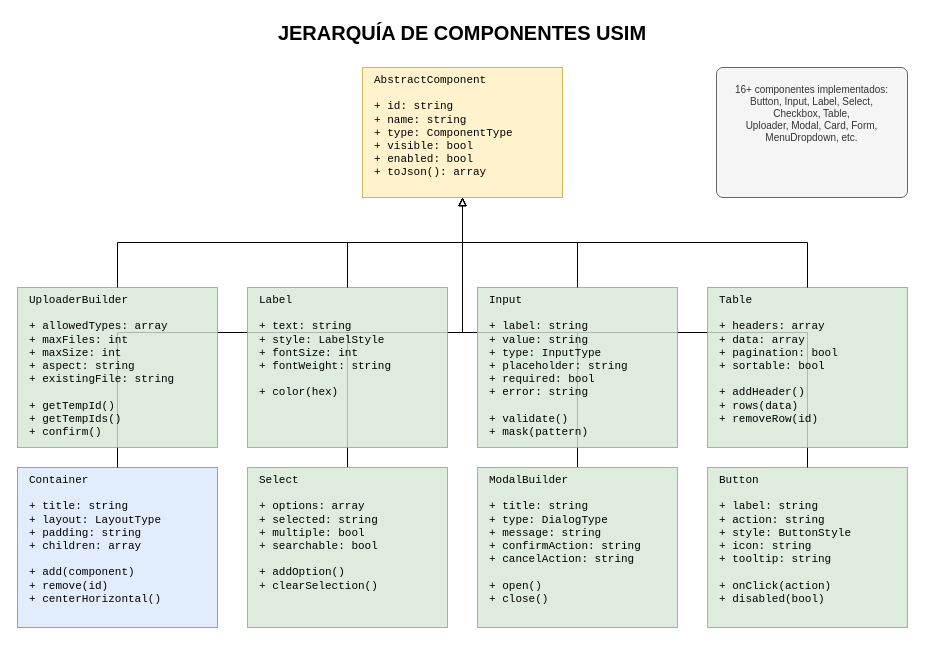
Before: page "3. Clases de Componentes" (3 of 4) of docs/framework/USIM_DIAGRAMS.drawio in idei/usim-framework, a draw.io diagram. Source tidied: cells renumbered, new cells numbered last; positions are measured from the earlier drawing's top-left corner, leaving out a move shared by most shapes. Both pictures are drawn from the tidied source at 100%, with x=0, y=0 at pixel (17, 17).
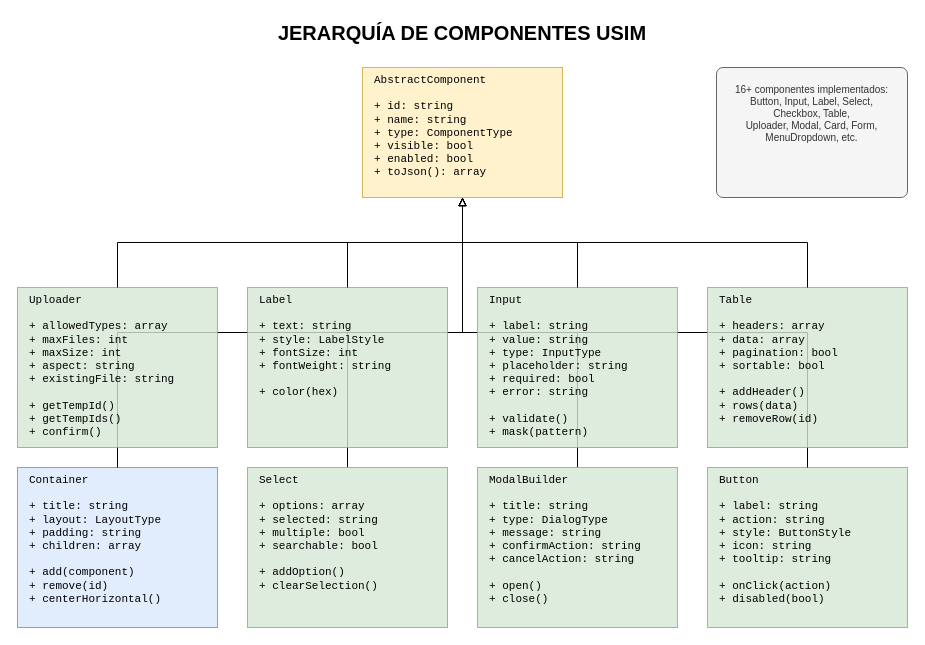
After the change.

The edit, as a diff of the source:
```diff
@@
-    <mxCell id="14" value="UploaderBuilder&#10;&#10;+ allowedTypes: array&#10;+ maxFiles: int&#10;+ maxSize: int&#10;+ aspect: string&#10;+ existingFile: string&#10;&#10;+ getTempId()&#10;+ getTempIds()&#10;+ confirm()" style="rounded=0;whiteSpace=wrap;html=1;fillColor=#d5e8d4;strokeColor=#82b366;align=left;verticalAlign=top;spacingLeft=10;fontFamily=Courier New;fontSize=11;opacity=80;" parent="1" vertex="1">
+    <mxCell id="14" value="Uploader&#10;&#10;+ allowedTypes: array&#10;+ maxFiles: int&#10;+ maxSize: int&#10;+ aspect: string&#10;+ existingFile: string&#10;&#10;+ getTempId()&#10;+ getTempIds()&#10;+ confirm()" style="rounded=0;whiteSpace=wrap;html=1;fillColor=#d5e8d4;strokeColor=#82b366;align=left;verticalAlign=top;spacingLeft=10;fontFamily=Courier New;fontSize=11;opacity=80;" parent="1" vertex="1">
       <mxGeometry y="270" width="200" height="160" as="geometry" />
     </mxCell>
```
